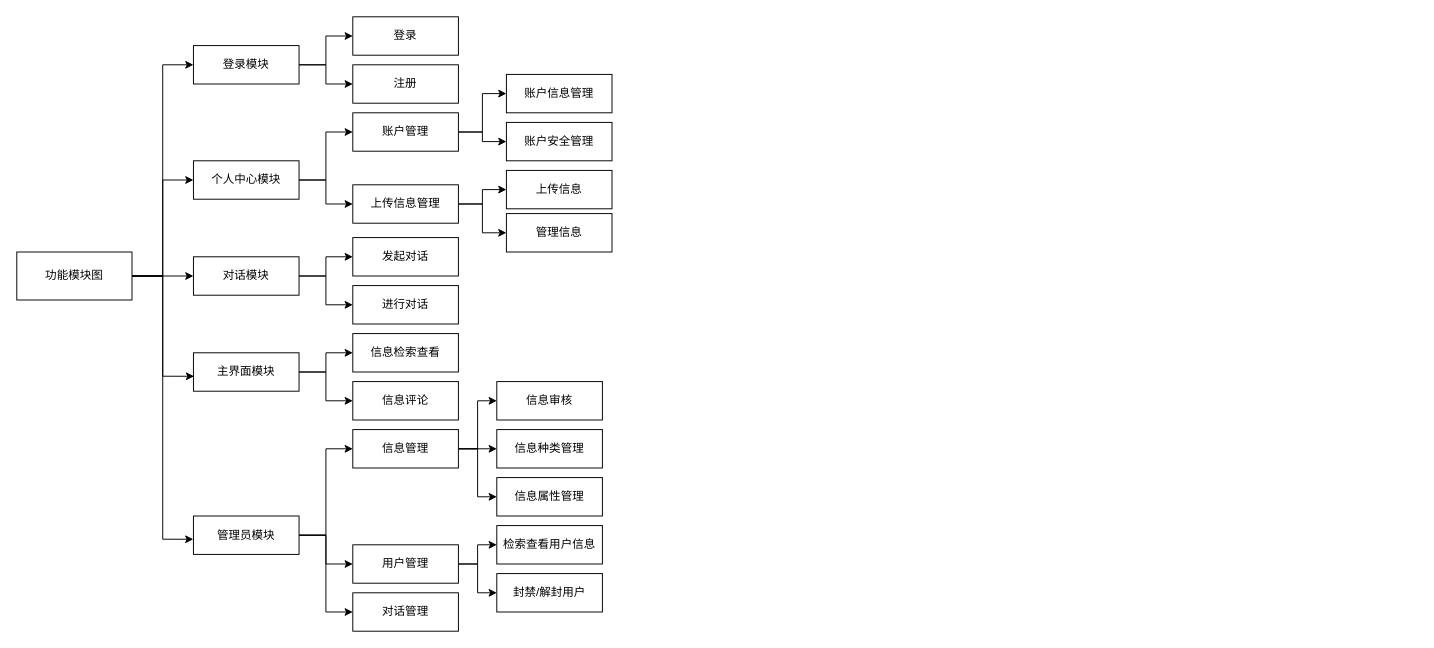
Above: page "集成测试" (11 of 11) of 校园信息发布平台流程图.drawio in zzsbz/infodeli_drawio (draw.io), before the change. Source tidied: cells renumbered, new cells numbered last; positions are measured from the earlier drawing's top-left corner, leaving out a move shared by most shapes. Both pictures are drawn from the tidied source at 96%, with x=0, y=0 at pixel (16, 16).
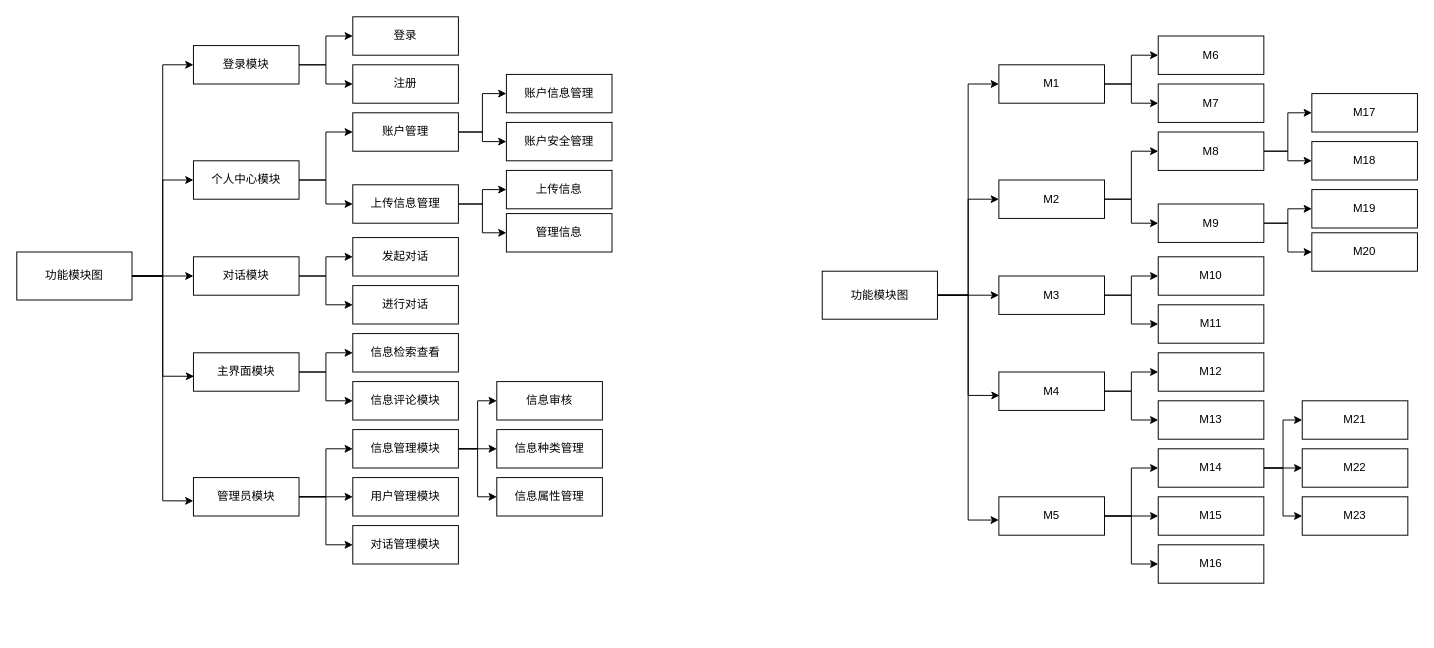
Above is the later version.

Unchanged cells that the change refers to:
```xml
<mxCell id="35" value="主界面模块" style="rounded=0;whiteSpace=wrap;html=1;" parent="1" vertex="1">
  <mxGeometry x="184" y="350" width="110" height="40" as="geometry" />
</mxCell>
<mxCell id="38" value="信息审核" style="rounded=0;whiteSpace=wrap;html=1;" parent="1" vertex="1">
  <mxGeometry x="500" y="380" width="110" height="40" as="geometry" />
</mxCell>
<mxCell id="47" value="信息种类管理" style="rounded=0;whiteSpace=wrap;html=1;" parent="1" vertex="1">
  <mxGeometry x="500" y="430" width="110" height="40" as="geometry" />
</mxCell>
<mxCell id="48" value="信息属性管理" style="rounded=0;whiteSpace=wrap;html=1;" parent="1" vertex="1">
  <mxGeometry x="500" y="480" width="110" height="40" as="geometry" />
</mxCell>
```

Diff of the diagram source:
```diff
@@
-    <mxCell id="27" style="edgeStyle=orthogonalEdgeStyle;rounded=0;jettySize=auto;html=1;exitX=1;exitY=0.5;exitDx=0;exitDy=0;entryX=0;entryY=0.5;entryDx=0;entryDy=0;" parent="1" edge="1" source="30" target="42">
-      <mxGeometry relative="1" as="geometry" />
-    </mxCell>
-    <mxCell id="28" style="edgeStyle=orthogonalEdgeStyle;rounded=0;jettySize=auto;html=1;exitX=1;exitY=0.5;exitDx=0;exitDy=0;entryX=0;entryY=0.5;entryDx=0;entryDy=0;" parent="1" edge="1" source="30" target="39">
-      <mxGeometry relative="1" as="geometry" />
-    </mxCell>
-    <mxCell id="29" style="edgeStyle=orthogonalEdgeStyle;rounded=0;jettySize=auto;html=1;exitX=1;exitY=0.5;exitDx=0;exitDy=0;entryX=0;entryY=0.5;entryDx=0;entryDy=0;" parent="1" edge="1" source="30" target="46">
-      <mxGeometry relative="1" as="geometry" />
-    </mxCell>
+    <mxCell id="53" style="edgeStyle=orthogonalEdgeStyle;rounded=0;jettySize=auto;html=1;exitX=1;exitY=0.5;exitDx=0;exitDy=0;entryX=0;entryY=0.5;entryDx=0;entryDy=0;" parent="1" edge="1" source="30" target="59">
+      <mxGeometry relative="1" as="geometry" />
+    </mxCell>
+    <mxCell id="54" style="edgeStyle=orthogonalEdgeStyle;rounded=0;jettySize=auto;html=1;exitX=1;exitY=0.5;exitDx=0;exitDy=0;entryX=0;entryY=0.5;entryDx=0;entryDy=0;" parent="1" edge="1" source="30" target="58">
+      <mxGeometry relative="1" as="geometry" />
+    </mxCell>
+    <mxCell id="55" style="edgeStyle=orthogonalEdgeStyle;rounded=0;jettySize=auto;html=1;exitX=1;exitY=0.5;exitDx=0;exitDy=0;entryX=0;entryY=0.5;entryDx=0;entryDy=0;" parent="1" edge="1" source="30" target="63">
+      <mxGeometry relative="1" as="geometry" />
+    </mxCell>
     <mxCell id="30" value="管理员模块" style="rounded=0;whiteSpace=wrap;html=1;" parent="1" vertex="1">
-      <mxGeometry x="184" y="520" width="110" height="40" as="geometry" />
+      <mxGeometry x="184" y="480" width="110" height="40" as="geometry" />
     </mxCell>
-    <mxCell id="31" value="信息评论" style="rounded=0;whiteSpace=wrap;html=1;" parent="1" vertex="1">
-      <mxGeometry x="350" y="380" width="110" height="40" as="geometry" />
-    </mxCell>
+    <mxCell id="56" value="信息评论模块" style="rounded=0;whiteSpace=wrap;html=1;" parent="1" vertex="1">
+      <mxGeometry x="350" y="380" width="110" height="40" as="geometry" />
+    </mxCell>
@@
-    <mxCell id="34" style="edgeStyle=orthogonalEdgeStyle;rounded=0;jettySize=auto;html=1;exitX=1;exitY=0.5;exitDx=0;exitDy=0;entryX=0;entryY=0.5;entryDx=0;entryDy=0;" parent="1" edge="1" source="35" target="31">
-      <mxGeometry relative="1" as="geometry" />
-    </mxCell>
+    <mxCell id="57" style="edgeStyle=orthogonalEdgeStyle;rounded=0;jettySize=auto;html=1;exitX=1;exitY=0.5;exitDx=0;exitDy=0;entryX=0;entryY=0.5;entryDx=0;entryDy=0;" parent="1" edge="1" source="35" target="56">
+      <mxGeometry relative="1" as="geometry" />
+    </mxCell>
@@
-    <mxCell id="39" value="对话管理" style="rounded=0;whiteSpace=wrap;html=1;" parent="1" vertex="1">
-      <mxGeometry x="350" y="600" width="110" height="40" as="geometry" />
-    </mxCell>
-    <mxCell id="40" style="edgeStyle=orthogonalEdgeStyle;rounded=0;jettySize=auto;html=1;exitX=1;exitY=0.5;exitDx=0;exitDy=0;entryX=0;entryY=0.5;entryDx=0;entryDy=0;" parent="1" edge="1" source="42" target="52">
-      <mxGeometry relative="1" as="geometry" />
-    </mxCell>
-    <mxCell id="41" style="edgeStyle=orthogonalEdgeStyle;rounded=0;jettySize=auto;html=1;exitX=1;exitY=0.5;exitDx=0;exitDy=0;entryX=0;entryY=0.5;entryDx=0;entryDy=0;" parent="1" edge="1" source="42" target="51">
-      <mxGeometry relative="1" as="geometry" />
-    </mxCell>
-    <mxCell id="42" value="用户管理" style="rounded=0;whiteSpace=wrap;html=1;" parent="1" vertex="1">
-      <mxGeometry x="350" y="550" width="110" height="40" as="geometry" />
-    </mxCell>
-    <mxCell id="43" style="edgeStyle=orthogonalEdgeStyle;rounded=0;jettySize=auto;html=1;exitX=1;exitY=0.5;exitDx=0;exitDy=0;" parent="1" edge="1" source="46" target="38">
-      <mxGeometry relative="1" as="geometry">
-        <Array as="points">
-          <mxPoint x="480" y="450" />
-          <mxPoint x="480" y="400" />
-        </Array>
-      </mxGeometry>
-    </mxCell>
-    <mxCell id="44" style="edgeStyle=orthogonalEdgeStyle;rounded=0;jettySize=auto;html=1;exitX=1;exitY=0.5;exitDx=0;exitDy=0;entryX=0;entryY=0.5;entryDx=0;entryDy=0;" parent="1" edge="1" source="46" target="47">
-      <mxGeometry relative="1" as="geometry" />
-    </mxCell>
-    <mxCell id="45" style="edgeStyle=orthogonalEdgeStyle;rounded=0;jettySize=auto;html=1;exitX=1;exitY=0.5;exitDx=0;exitDy=0;entryX=0;entryY=0.5;entryDx=0;entryDy=0;" parent="1" edge="1" source="46" target="48">
-      <mxGeometry relative="1" as="geometry" />
-    </mxCell>
-    <mxCell id="46" value="信息管理" style="rounded=0;whiteSpace=wrap;html=1;" parent="1" vertex="1">
-      <mxGeometry x="350" y="430" width="110" height="40" as="geometry" />
-    </mxCell>
+    <mxCell id="58" value="对话管理模块" style="rounded=0;whiteSpace=wrap;html=1;" parent="1" vertex="1">
+      <mxGeometry x="350" y="530" width="110" height="40" as="geometry" />
+    </mxCell>
+    <mxCell id="59" value="用户管理模块" style="rounded=0;whiteSpace=wrap;html=1;" parent="1" vertex="1">
+      <mxGeometry x="350" y="480" width="110" height="40" as="geometry" />
+    </mxCell>
+    <mxCell id="60" style="edgeStyle=orthogonalEdgeStyle;rounded=0;jettySize=auto;html=1;exitX=1;exitY=0.5;exitDx=0;exitDy=0;" parent="1" edge="1" source="63" target="38">
+      <mxGeometry relative="1" as="geometry">
+        <Array as="points">
+          <mxPoint x="480" y="450" />
+          <mxPoint x="480" y="400" />
+        </Array>
+      </mxGeometry>
+    </mxCell>
+    <mxCell id="61" style="edgeStyle=orthogonalEdgeStyle;rounded=0;jettySize=auto;html=1;exitX=1;exitY=0.5;exitDx=0;exitDy=0;entryX=0;entryY=0.5;entryDx=0;entryDy=0;" parent="1" edge="1" source="63" target="47">
+      <mxGeometry relative="1" as="geometry" />
+    </mxCell>
+    <mxCell id="62" style="edgeStyle=orthogonalEdgeStyle;rounded=0;jettySize=auto;html=1;exitX=1;exitY=0.5;exitDx=0;exitDy=0;entryX=0;entryY=0.5;entryDx=0;entryDy=0;" parent="1" edge="1" source="63" target="48">
+      <mxGeometry relative="1" as="geometry" />
+    </mxCell>
+    <mxCell id="63" value="信息管理模块" style="rounded=0;whiteSpace=wrap;html=1;" parent="1" vertex="1">
+      <mxGeometry x="350" y="430" width="110" height="40" as="geometry" />
+    </mxCell>
@@
-    <mxCell id="51" value="封禁/解封用户" style="rounded=0;whiteSpace=wrap;html=1;" parent="1" vertex="1">
-      <mxGeometry x="500" y="580" width="110" height="40" as="geometry" />
-    </mxCell>
-    <mxCell id="52" value="检索查看用户信息" style="rounded=0;whiteSpace=wrap;html=1;" parent="1" vertex="1">
-      <mxGeometry x="500" y="530" width="110" height="40" as="geometry" />
-    </mxCell>
+    <mxCell id="64" style="edgeStyle=orthogonalEdgeStyle;rounded=0;jettySize=auto;html=1;exitX=1;exitY=0.5;exitDx=0;exitDy=0;entryX=0;entryY=0.5;entryDx=0;entryDy=0;" parent="1" edge="1" source="69" target="72">
+      <mxGeometry relative="1" as="geometry" />
+    </mxCell>
+    <mxCell id="65" style="edgeStyle=orthogonalEdgeStyle;rounded=0;jettySize=auto;html=1;exitX=1;exitY=0.5;exitDx=0;exitDy=0;entryX=0;entryY=0.5;entryDx=0;entryDy=0;" parent="1" edge="1" source="69" target="75">
+      <mxGeometry relative="1" as="geometry" />
+    </mxCell>
+    <mxCell id="66" style="edgeStyle=orthogonalEdgeStyle;rounded=0;jettySize=auto;html=1;exitX=1;exitY=0.5;exitDx=0;exitDy=0;entryX=0.006;entryY=0.611;entryDx=0;entryDy=0;entryPerimeter=0;" parent="1" edge="1" source="69" target="97">
+      <mxGeometry relative="1" as="geometry" />
+    </mxCell>
+    <mxCell id="67" style="edgeStyle=orthogonalEdgeStyle;rounded=0;jettySize=auto;html=1;exitX=1;exitY=0.5;exitDx=0;exitDy=0;entryX=-0.001;entryY=0.606;entryDx=0;entryDy=0;entryPerimeter=0;" parent="1" edge="1" source="69" target="92">
+      <mxGeometry relative="1" as="geometry" />
+    </mxCell>
+    <mxCell id="68" style="edgeStyle=orthogonalEdgeStyle;rounded=0;jettySize=auto;html=1;exitX=1;exitY=0.5;exitDx=0;exitDy=0;entryX=0;entryY=0.5;entryDx=0;entryDy=0;" parent="1" edge="1" source="69" target="78">
+      <mxGeometry relative="1" as="geometry" />
+    </mxCell>
+    <mxCell id="69" value="功能模块图" style="rounded=0;whiteSpace=wrap;html=1;" parent="1" vertex="1">
+      <mxGeometry x="839" y="265" width="120" height="50" as="geometry" />
+    </mxCell>
+    <mxCell id="70" style="edgeStyle=orthogonalEdgeStyle;rounded=0;jettySize=auto;html=1;exitX=1;exitY=0.5;exitDx=0;exitDy=0;entryX=0;entryY=0.5;entryDx=0;entryDy=0;" parent="1" edge="1" source="72" target="87">
+      <mxGeometry relative="1" as="geometry" />
+    </mxCell>
+    <mxCell id="71" style="edgeStyle=orthogonalEdgeStyle;rounded=0;jettySize=auto;html=1;exitX=1;exitY=0.5;exitDx=0;exitDy=0;entryX=0;entryY=0.5;entryDx=0;entryDy=0;" parent="1" edge="1" source="72" target="88">
+      <mxGeometry relative="1" as="geometry" />
+    </mxCell>
+    <mxCell id="72" value="M1" style="rounded=0;whiteSpace=wrap;html=1;" parent="1" vertex="1">
+      <mxGeometry x="1023" y="50" width="110" height="40" as="geometry" />
+    </mxCell>
+    <mxCell id="73" style="edgeStyle=orthogonalEdgeStyle;rounded=0;jettySize=auto;html=1;exitX=1;exitY=0.5;exitDx=0;exitDy=0;entryX=0;entryY=0.5;entryDx=0;entryDy=0;" parent="1" edge="1" source="75" target="86">
+      <mxGeometry relative="1" as="geometry" />
+    </mxCell>
+    <mxCell id="74" style="edgeStyle=orthogonalEdgeStyle;rounded=0;jettySize=auto;html=1;exitX=1;exitY=0.5;exitDx=0;exitDy=0;entryX=0;entryY=0.5;entryDx=0;entryDy=0;" parent="1" edge="1" source="75" target="81">
+      <mxGeometry relative="1" as="geometry" />
+    </mxCell>
+    <mxCell id="75" value="M2" style="rounded=0;whiteSpace=wrap;html=1;" parent="1" vertex="1">
+      <mxGeometry x="1023" y="170" width="110" height="40" as="geometry" />
+    </mxCell>
+    <mxCell id="76" style="edgeStyle=orthogonalEdgeStyle;rounded=0;jettySize=auto;html=1;exitX=1;exitY=0.5;exitDx=0;exitDy=0;" parent="1" edge="1" source="78" target="99">
+      <mxGeometry relative="1" as="geometry" />
+    </mxCell>
+    <mxCell id="77" style="edgeStyle=orthogonalEdgeStyle;rounded=0;jettySize=auto;html=1;exitX=1;exitY=0.5;exitDx=0;exitDy=0;" parent="1" edge="1" source="78" target="98">
+      <mxGeometry relative="1" as="geometry" />
+    </mxCell>
+    <mxCell id="78" value="M3" style="rounded=0;whiteSpace=wrap;html=1;" parent="1" vertex="1">
+      <mxGeometry x="1023" y="270" width="110" height="40" as="geometry" />
+    </mxCell>
+    <mxCell id="79" style="edgeStyle=orthogonalEdgeStyle;rounded=0;jettySize=auto;html=1;exitX=1;exitY=0.5;exitDx=0;exitDy=0;entryX=0;entryY=0.5;entryDx=0;entryDy=0;" parent="1" edge="1" source="81" target="109">
+      <mxGeometry relative="1" as="geometry" />
+    </mxCell>
+    <mxCell id="80" style="edgeStyle=orthogonalEdgeStyle;rounded=0;jettySize=auto;html=1;exitX=1;exitY=0.5;exitDx=0;exitDy=0;entryX=0;entryY=0.5;entryDx=0;entryDy=0;" parent="1" edge="1" source="81" target="110">
+      <mxGeometry relative="1" as="geometry" />
+    </mxCell>
+    <mxCell id="81" value="M9" style="rounded=0;whiteSpace=wrap;html=1;" parent="1" vertex="1">
+      <mxGeometry x="1189" y="195" width="110" height="40" as="geometry" />
+    </mxCell>
+    <mxCell id="82" value="M18" style="rounded=0;whiteSpace=wrap;html=1;" parent="1" vertex="1">
+      <mxGeometry x="1349" y="130" width="110" height="40" as="geometry" />
+    </mxCell>
+    <mxCell id="83" value="M17" style="rounded=0;whiteSpace=wrap;html=1;" parent="1" vertex="1">
+      <mxGeometry x="1349" y="80" width="110" height="40" as="geometry" />
+    </mxCell>
+    <mxCell id="84" style="edgeStyle=orthogonalEdgeStyle;rounded=0;jettySize=auto;html=1;exitX=1;exitY=0.5;exitDx=0;exitDy=0;entryX=0;entryY=0.5;entryDx=0;entryDy=0;" parent="1" edge="1" source="86" target="83">
+      <mxGeometry relative="1" as="geometry" />
+    </mxCell>
+    <mxCell id="85" style="edgeStyle=orthogonalEdgeStyle;rounded=0;jettySize=auto;html=1;exitX=1;exitY=0.5;exitDx=0;exitDy=0;entryX=0;entryY=0.5;entryDx=0;entryDy=0;" parent="1" edge="1" source="86" target="82">
+      <mxGeometry relative="1" as="geometry" />
+    </mxCell>
+    <mxCell id="86" value="M8" style="rounded=0;whiteSpace=wrap;html=1;" parent="1" vertex="1">
+      <mxGeometry x="1189" y="120" width="110" height="40" as="geometry" />
+    </mxCell>
+    <mxCell id="87" value="M7" style="rounded=0;whiteSpace=wrap;html=1;" parent="1" vertex="1">
+      <mxGeometry x="1189" y="70" width="110" height="40" as="geometry" />
+    </mxCell>
+    <mxCell id="88" value="M6" style="rounded=0;whiteSpace=wrap;html=1;" parent="1" vertex="1">
+      <mxGeometry x="1189" y="20" width="110" height="40" as="geometry" />
+    </mxCell>
+    <mxCell id="89" style="edgeStyle=orthogonalEdgeStyle;rounded=0;jettySize=auto;html=1;exitX=1;exitY=0.5;exitDx=0;exitDy=0;entryX=0;entryY=0.5;entryDx=0;entryDy=0;" parent="1" edge="1" source="92" target="102">
+      <mxGeometry relative="1" as="geometry" />
+    </mxCell>
+    <mxCell id="90" style="edgeStyle=orthogonalEdgeStyle;rounded=0;jettySize=auto;html=1;exitX=1;exitY=0.5;exitDx=0;exitDy=0;entryX=0;entryY=0.5;entryDx=0;entryDy=0;" parent="1" edge="1" source="92" target="101">
+      <mxGeometry relative="1" as="geometry" />
+    </mxCell>
+    <mxCell id="91" style="edgeStyle=orthogonalEdgeStyle;rounded=0;jettySize=auto;html=1;exitX=1;exitY=0.5;exitDx=0;exitDy=0;entryX=0;entryY=0.5;entryDx=0;entryDy=0;" parent="1" edge="1" source="92" target="106">
+      <mxGeometry relative="1" as="geometry" />
+    </mxCell>
+    <mxCell id="92" value="M5" style="rounded=0;whiteSpace=wrap;html=1;" parent="1" vertex="1">
+      <mxGeometry x="1023" y="500" width="110" height="40" as="geometry" />
+    </mxCell>
+    <mxCell id="93" value="M13" style="rounded=0;whiteSpace=wrap;html=1;" parent="1" vertex="1">
+      <mxGeometry x="1189" y="400" width="110" height="40" as="geometry" />
+    </mxCell>
+    <mxCell id="94" value="M12" style="rounded=0;whiteSpace=wrap;html=1;" parent="1" vertex="1">
+      <mxGeometry x="1189" y="350" width="110" height="40" as="geometry" />
+    </mxCell>
+    <mxCell id="95" style="edgeStyle=orthogonalEdgeStyle;rounded=0;jettySize=auto;html=1;exitX=1;exitY=0.5;exitDx=0;exitDy=0;entryX=0;entryY=0.5;entryDx=0;entryDy=0;" parent="1" edge="1" source="97" target="94">
+      <mxGeometry relative="1" as="geometry" />
+    </mxCell>
+    <mxCell id="96" style="edgeStyle=orthogonalEdgeStyle;rounded=0;jettySize=auto;html=1;exitX=1;exitY=0.5;exitDx=0;exitDy=0;entryX=0;entryY=0.5;entryDx=0;entryDy=0;" parent="1" edge="1" source="97" target="93">
+      <mxGeometry relative="1" as="geometry" />
+    </mxCell>
+    <mxCell id="97" value="M4" style="rounded=0;whiteSpace=wrap;html=1;" parent="1" vertex="1">
+      <mxGeometry x="1023" y="370" width="110" height="40" as="geometry" />
+    </mxCell>
+    <mxCell id="98" value="M11" style="rounded=0;whiteSpace=wrap;html=1;" parent="1" vertex="1">
+      <mxGeometry x="1189" y="300" width="110" height="40" as="geometry" />
+    </mxCell>
+    <mxCell id="99" value="M10" style="rounded=0;whiteSpace=wrap;html=1;" parent="1" vertex="1">
+      <mxGeometry x="1189" y="250" width="110" height="40" as="geometry" />
+    </mxCell>
+    <mxCell id="100" value="M21" style="rounded=0;whiteSpace=wrap;html=1;" parent="1" vertex="1">
+      <mxGeometry x="1339" y="400" width="110" height="40" as="geometry" />
+    </mxCell>
+    <mxCell id="101" value="M16" style="rounded=0;whiteSpace=wrap;html=1;" parent="1" vertex="1">
+      <mxGeometry x="1189" y="550" width="110" height="40" as="geometry" />
+    </mxCell>
+    <mxCell id="102" value="M15" style="rounded=0;whiteSpace=wrap;html=1;" parent="1" vertex="1">
+      <mxGeometry x="1189" y="500" width="110" height="40" as="geometry" />
+    </mxCell>
+    <mxCell id="103" style="edgeStyle=orthogonalEdgeStyle;rounded=0;jettySize=auto;html=1;exitX=1;exitY=0.5;exitDx=0;exitDy=0;" parent="1" edge="1" source="106" target="100">
+      <mxGeometry relative="1" as="geometry">
+        <Array as="points">
+          <mxPoint x="1319" y="470" />
+          <mxPoint x="1319" y="420" />
+        </Array>
+      </mxGeometry>
+    </mxCell>
+    <mxCell id="104" style="edgeStyle=orthogonalEdgeStyle;rounded=0;jettySize=auto;html=1;exitX=1;exitY=0.5;exitDx=0;exitDy=0;entryX=0;entryY=0.5;entryDx=0;entryDy=0;" parent="1" edge="1" source="106" target="107">
+      <mxGeometry relative="1" as="geometry" />
+    </mxCell>
+    <mxCell id="105" style="edgeStyle=orthogonalEdgeStyle;rounded=0;jettySize=auto;html=1;exitX=1;exitY=0.5;exitDx=0;exitDy=0;entryX=0;entryY=0.5;entryDx=0;entryDy=0;" parent="1" edge="1" source="106" target="108">
+      <mxGeometry relative="1" as="geometry" />
+    </mxCell>
+    <mxCell id="106" value="M14" style="rounded=0;whiteSpace=wrap;html=1;" parent="1" vertex="1">
+      <mxGeometry x="1189" y="450" width="110" height="40" as="geometry" />
+    </mxCell>
+    <mxCell id="107" value="M22" style="rounded=0;whiteSpace=wrap;html=1;" parent="1" vertex="1">
+      <mxGeometry x="1339" y="450" width="110" height="40" as="geometry" />
+    </mxCell>
+    <mxCell id="108" value="M23" style="rounded=0;whiteSpace=wrap;html=1;" parent="1" vertex="1">
+      <mxGeometry x="1339" y="500" width="110" height="40" as="geometry" />
+    </mxCell>
+    <mxCell id="109" value="M20" style="rounded=0;whiteSpace=wrap;html=1;" parent="1" vertex="1">
+      <mxGeometry x="1349" y="225" width="110" height="40" as="geometry" />
+    </mxCell>
+    <mxCell id="110" value="M19" style="rounded=0;whiteSpace=wrap;html=1;" parent="1" vertex="1">
+      <mxGeometry x="1349" y="180" width="110" height="40" as="geometry" />
+    </mxCell>
```
